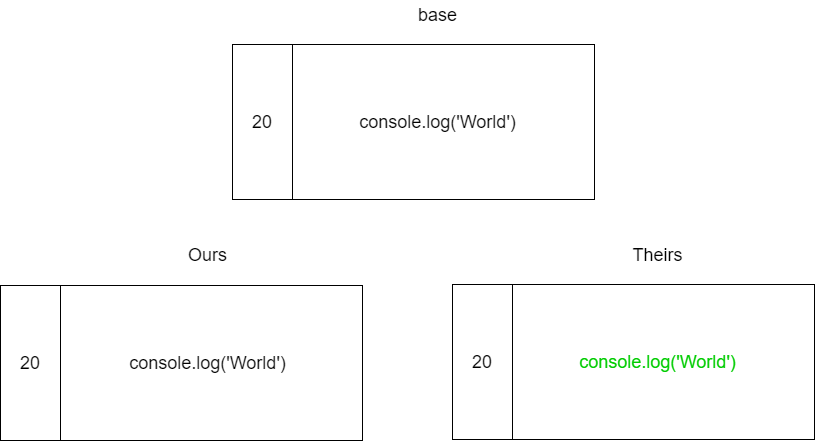
Rex-yyb/frontendman.github.io keeps this draw.io diagram as tools/xcz/git/images/three-way-merge.drawio.png. Above is the earlier version. Source tidied: cells renumbered, new cells last; positions are measured from the earlier drawing's top-left corner, leaving out a move shared by most shapes.
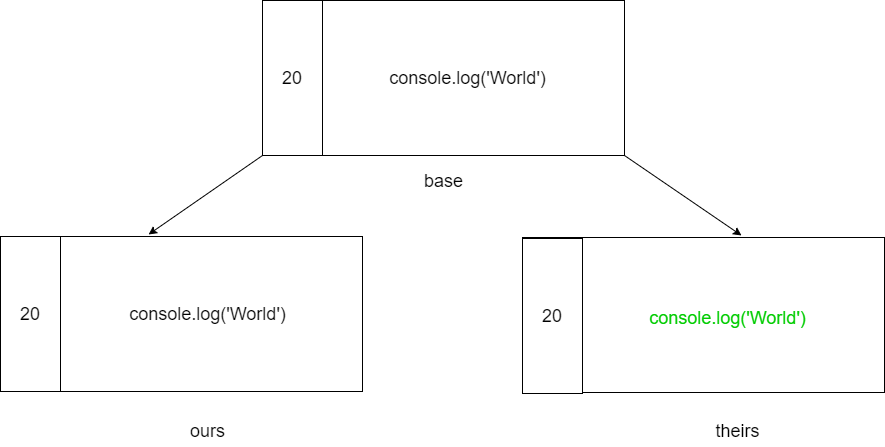
After the commit.

Change to the diagram source:
```diff
@@ -3,40 +3,50 @@
     <mxCell id="0" />
     <mxCell id="1" parent="0" />
     <mxCell id="2" style="rounded=0;whiteSpace=wrap;html=1;fontSize=18;labelBackgroundColor=#d8d9d8;" parent="1" vertex="1">
-      <mxGeometry x="452" y="284" width="362" height="155" as="geometry" />
+      <mxGeometry x="452" y="281" width="362" height="155" as="geometry" />
     </mxCell>
     <mxCell id="3" value="20" style="rounded=0;whiteSpace=wrap;html=1;fontSize=18;fontColor=#000000;labelBackgroundColor=#FFFFFF;" parent="1" vertex="1">
-      <mxGeometry x="452" y="284" width="60" height="155" as="geometry" />
+      <mxGeometry x="452" y="282" width="60" height="155" as="geometry" />
     </mxCell>
     <mxCell id="4" value="&lt;span style=&quot;font-size: 18px&quot;&gt;console.log('World')&lt;/span&gt;" style="text;html=1;align=center;verticalAlign=middle;fillColor=none;strokeColor=none;rounded=0;fontSize=18;labelBackgroundColor=#ffffff;fontColor=#00CC00;" parent="1" vertex="1">
       <mxGeometry x="572" y="346.5" width="170" height="30" as="geometry" />
     </mxCell>
-    <mxCell id="5" value="Ours" style="text;html=1;align=center;verticalAlign=middle;fillColor=none;strokeColor=none;rounded=0;labelBackgroundColor=#FFFFFF;fontSize=18;fontColor=#000000;" parent="1" vertex="1">
-      <mxGeometry x="182" y="240" width="50" height="30" as="geometry" />
+    <mxCell id="5" value="ours" style="text;html=1;align=center;verticalAlign=middle;fillColor=none;strokeColor=none;rounded=0;labelBackgroundColor=#FFFFFF;fontSize=18;fontColor=#000000;" parent="1" vertex="1">
+      <mxGeometry x="112" y="460" width="50" height="30" as="geometry" />
     </mxCell>
-    <mxCell id="6" value="Theirs" style="text;html=1;align=center;verticalAlign=middle;fillColor=none;strokeColor=none;rounded=0;labelBackgroundColor=#FFFFFF;fontSize=18;fontColor=#000000;" parent="1" vertex="1">
-      <mxGeometry x="622" y="240" width="70" height="30" as="geometry" />
+    <mxCell id="6" value="theirs" style="text;html=1;align=center;verticalAlign=middle;fillColor=none;strokeColor=none;rounded=0;labelBackgroundColor=#FFFFFF;fontSize=18;fontColor=#000000;" parent="1" vertex="1">
+      <mxGeometry x="637" y="460" width="60" height="30" as="geometry" />
     </mxCell>
     <mxCell id="7" style="rounded=0;whiteSpace=wrap;html=1;fontSize=18;labelBackgroundColor=#d8d9d8;" parent="1" vertex="1">
-      <mxGeometry y="285" width="362" height="155" as="geometry" />
+      <mxGeometry x="-70" y="280" width="362" height="155" as="geometry" />
     </mxCell>
     <mxCell id="8" value="20" style="rounded=0;whiteSpace=wrap;html=1;fontSize=18;labelBackgroundColor=#ffffff;fontColor=#000000;" parent="1" vertex="1">
-      <mxGeometry y="285" width="60" height="155" as="geometry" />
+      <mxGeometry x="-70" y="280" width="60" height="155" as="geometry" />
     </mxCell>
     <mxCell id="9" value="&lt;span style=&quot;font-size: 18px&quot;&gt;console.log('World')&lt;/span&gt;" style="text;html=1;align=center;verticalAlign=middle;fillColor=none;strokeColor=none;rounded=0;fontSize=18;labelBackgroundColor=#ffffff;fontColor=#000000;" parent="1" vertex="1">
-      <mxGeometry x="122" y="347.5" width="170" height="30" as="geometry" />
+      <mxGeometry x="52" y="342.5" width="170" height="30" as="geometry" />
     </mxCell>
+    <mxCell id="14" style="rounded=0;jettySize=auto;html=1;entryX=0.409;entryY=-0.013;entryDx=0;entryDy=0;entryPerimeter=0;exitX=0.5;exitY=1;exitDx=0;exitDy=0;exitPerimeter=0;" parent="1" edge="1" source="10" target="7">
+      <mxGeometry relative="1" as="geometry">
+        <Array as="points">
+          <mxPoint x="192" y="199" />
+        </Array>
+      </mxGeometry>
+    </mxCell>
+    <mxCell id="15" style="edgeStyle=none;rounded=0;jettySize=auto;html=1;entryX=0.605;entryY=-0.013;entryDx=0;entryDy=0;entryPerimeter=0;exitX=1;exitY=1;exitDx=0;exitDy=0;" parent="1" edge="1" source="10" target="2">
+      <mxGeometry relative="1" as="geometry" />
+    </mxCell>
     <mxCell id="10" style="rounded=0;whiteSpace=wrap;html=1;fontSize=18;labelBackgroundColor=#d8d9d8;fontColor=#000000;" parent="1" vertex="1">
-      <mxGeometry x="232" y="44" width="362" height="155" as="geometry" />
+      <mxGeometry x="192" y="44" width="362" height="155" as="geometry" />
     </mxCell>
     <mxCell id="11" value="20" style="rounded=0;whiteSpace=wrap;html=1;fontSize=18;labelBackgroundColor=#ffffff;fontColor=#000000;" parent="1" vertex="1">
-      <mxGeometry x="232" y="44" width="60" height="155" as="geometry" />
+      <mxGeometry x="192" y="44" width="60" height="155" as="geometry" />
     </mxCell>
     <mxCell id="12" value="&lt;span style=&quot;font-size: 18px&quot;&gt;console.log('World')&lt;/span&gt;" style="text;html=1;align=center;verticalAlign=middle;fillColor=none;strokeColor=none;rounded=0;fontSize=18;labelBackgroundColor=#ffffff;fontColor=#000000;" parent="1" vertex="1">
-      <mxGeometry x="352" y="106.5" width="170" height="30" as="geometry" />
+      <mxGeometry x="312" y="106.5" width="170" height="30" as="geometry" />
     </mxCell>
     <mxCell id="13" value="base" style="text;html=1;align=center;verticalAlign=middle;fillColor=none;strokeColor=none;rounded=0;labelBackgroundColor=#FFFFFF;fontSize=18;fontColor=#000000;" parent="1" vertex="1">
-      <mxGeometry x="412" width="50" height="30" as="geometry" />
+      <mxGeometry x="348" y="210" width="50" height="30" as="geometry" />
     </mxCell>
   </root>
 </mxGraphModel>
```
